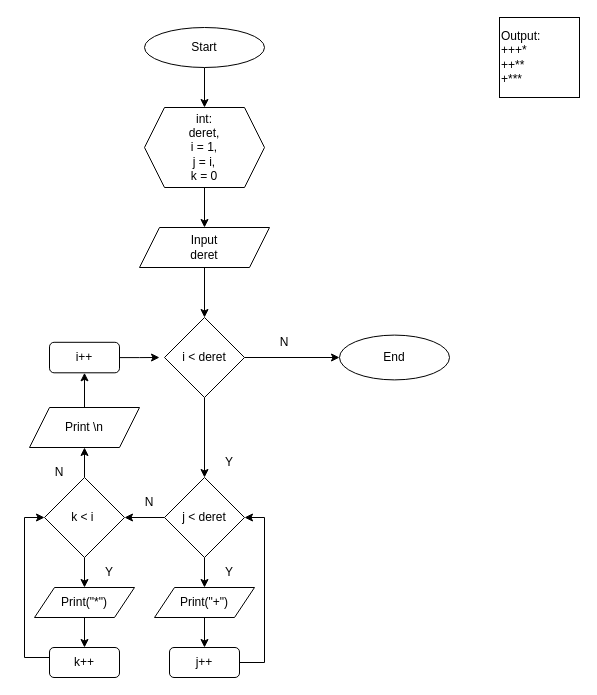
The draw.io diagram Flowchart_1.drawio in 1nnocentia/Flowchart, before the edit. Source tidied: cells renumbered, new cells numbered last; positions are measured from the earlier drawing's top-left corner, leaving out a move shared by most shapes. Both pictures are drawn from the tidied source at 100%, with x=0, y=0 at pixel (24, 17).
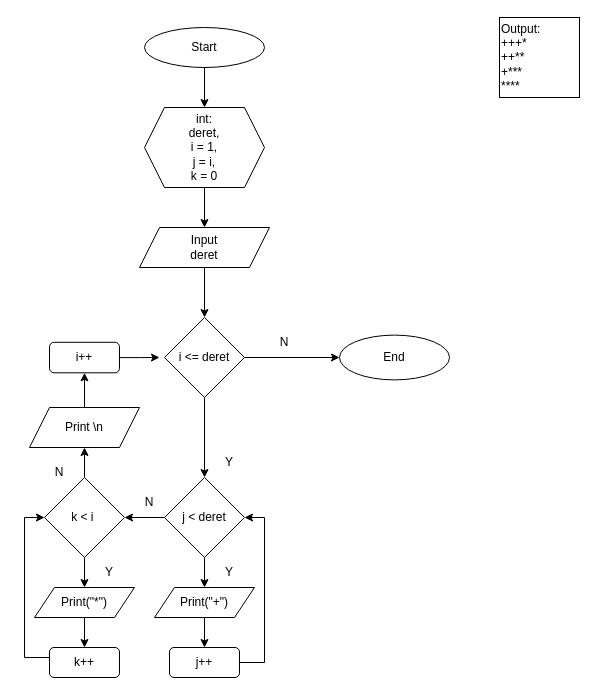
Above is the later version.

The edit, as a diff of the source:
```diff
@@
-    <mxCell id="2" value="Output:&lt;div&gt;+++*&lt;/div&gt;&lt;div&gt;++**&lt;br&gt;+***&lt;/div&gt;" style="whiteSpace=wrap;html=1;align=left;" parent="1" vertex="1">
+    <mxCell id="2" value="Output:&lt;div&gt;+++*&lt;/div&gt;&lt;div&gt;++**&lt;br&gt;+***&lt;/div&gt;&lt;div&gt;****&lt;/div&gt;" style="whiteSpace=wrap;html=1;align=left;" parent="1" vertex="1">
       <mxGeometry x="475" width="80" height="80" as="geometry" />
     </mxCell>
@@
-    <mxCell id="11" value="i &amp;lt; deret" style="rhombus;whiteSpace=wrap;html=1;" parent="1" vertex="1">
+    <mxCell id="11" value="i &amp;lt;= deret" style="rhombus;whiteSpace=wrap;html=1;" parent="1" vertex="1">
       <mxGeometry x="140" y="300" width="80" height="80" as="geometry" />
     </mxCell>
```
